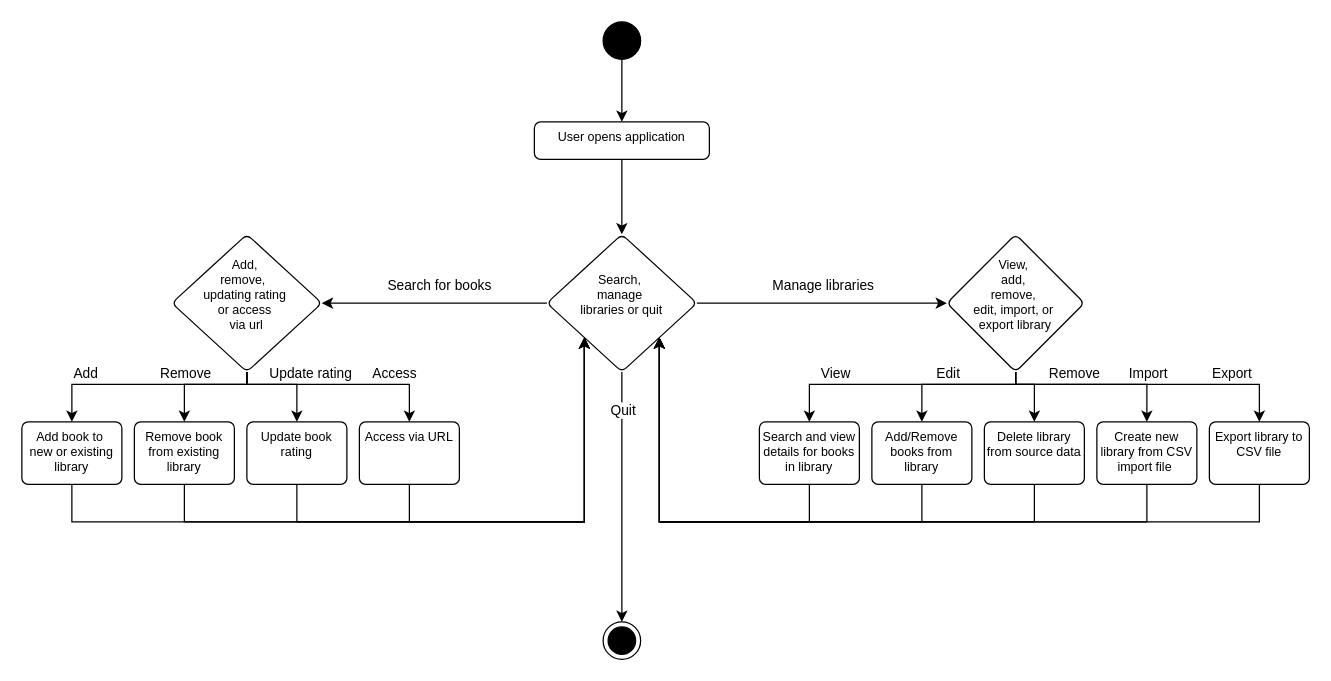
The draw.io diagram page "Page-2" (1 of 2) of documents/ActivityDiagram.drawio in jackeinbinder01/VirtualLibrary, before the edit. Source tidied: cells renumbered, new cells numbered last; positions are measured from the earlier drawing's top-left corner, leaving out a move shared by most shapes. Both pictures are drawn from the tidied source at 125%, with x=0, y=0 at pixel (21, 21).
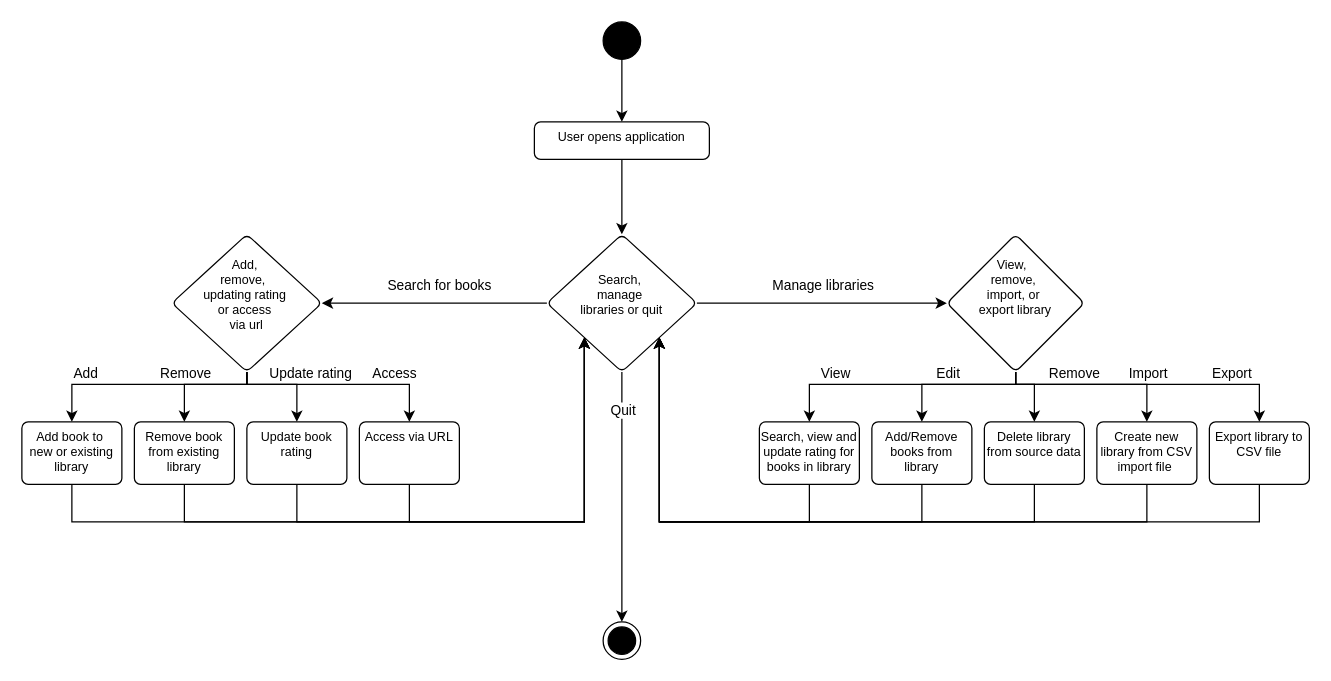
After the change.

Commit message (it also covers changes not shown here):
Activity diagram updated

Change to the diagram source:
```diff
@@
-    <mxCell id="24" value="&lt;div&gt;&lt;br&gt;&lt;/div&gt;View,&amp;nbsp;&lt;div&gt;add,&amp;nbsp;&lt;/div&gt;&lt;div&gt;remove,&amp;nbsp;&lt;/div&gt;&lt;div&gt;edit, import, or&amp;nbsp;&lt;/div&gt;&lt;div&gt;export library&lt;/div&gt;" style="rhombus;whiteSpace=wrap;html=1;fontSize=10;verticalAlign=top;rounded=1;arcSize=10;dashed=0;" parent="1" vertex="1">
+    <mxCell id="24" value="&lt;div&gt;&lt;br&gt;&lt;/div&gt;View,&amp;nbsp;&lt;span style=&quot;background-color: initial;&quot;&gt;&amp;nbsp;&lt;/span&gt;&lt;div&gt;remove,&amp;nbsp;&lt;/div&gt;&lt;div&gt;&lt;span style=&quot;background-color: initial;&quot;&gt;import, or&amp;nbsp;&lt;/span&gt;&lt;/div&gt;&lt;div&gt;export library&lt;/div&gt;" style="rhombus;whiteSpace=wrap;html=1;fontSize=10;verticalAlign=top;rounded=1;arcSize=10;dashed=0;" parent="1" vertex="1">
       <mxGeometry x="740" y="170" width="110" height="110" as="geometry" />
     </mxCell>
@@
-    <mxCell id="26" value="Search and view details for books in library" style="whiteSpace=wrap;html=1;fontSize=10;verticalAlign=top;rounded=1;arcSize=10;dashed=0;" parent="1" vertex="1">
+    <mxCell id="26" value="Search, view and update rating for books in library" style="whiteSpace=wrap;html=1;fontSize=10;verticalAlign=top;rounded=1;arcSize=10;dashed=0;" parent="1" vertex="1">
       <mxGeometry x="590" y="320" width="80" height="50" as="geometry" />
     </mxCell>
```
